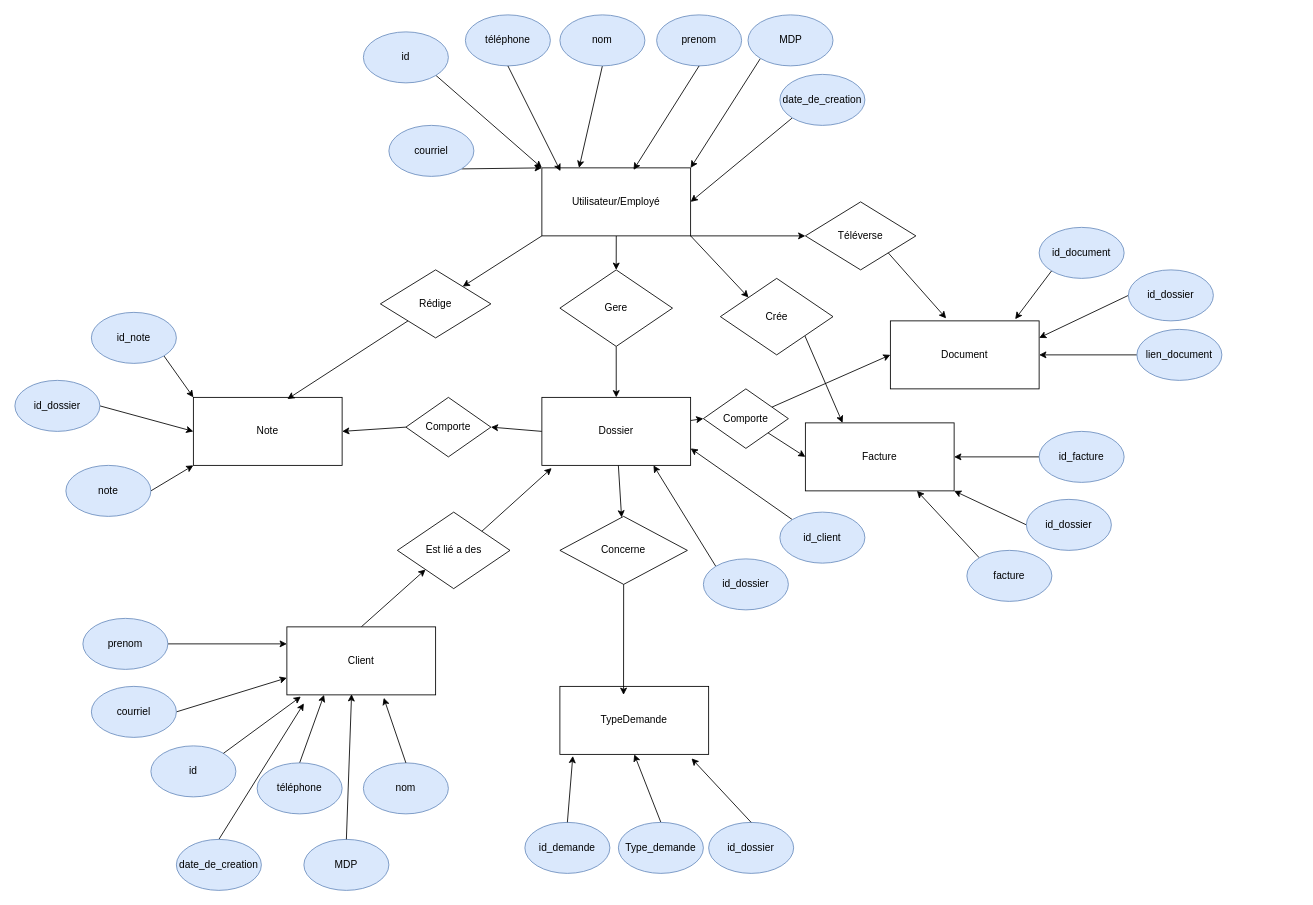
This is Analyse_et_Conception/diagramme_ER(relations).drawio from xpelletier07/Projet_Site_Immigration, a draw.io file, before an edit. Source tidied: cells renumbered, new cells numbered last; positions are measured from the earlier drawing's top-left corner, leaving out a move shared by most shapes. Both pictures are drawn from the tidied source at 85%, with x=0, y=0 at pixel (14, 14).
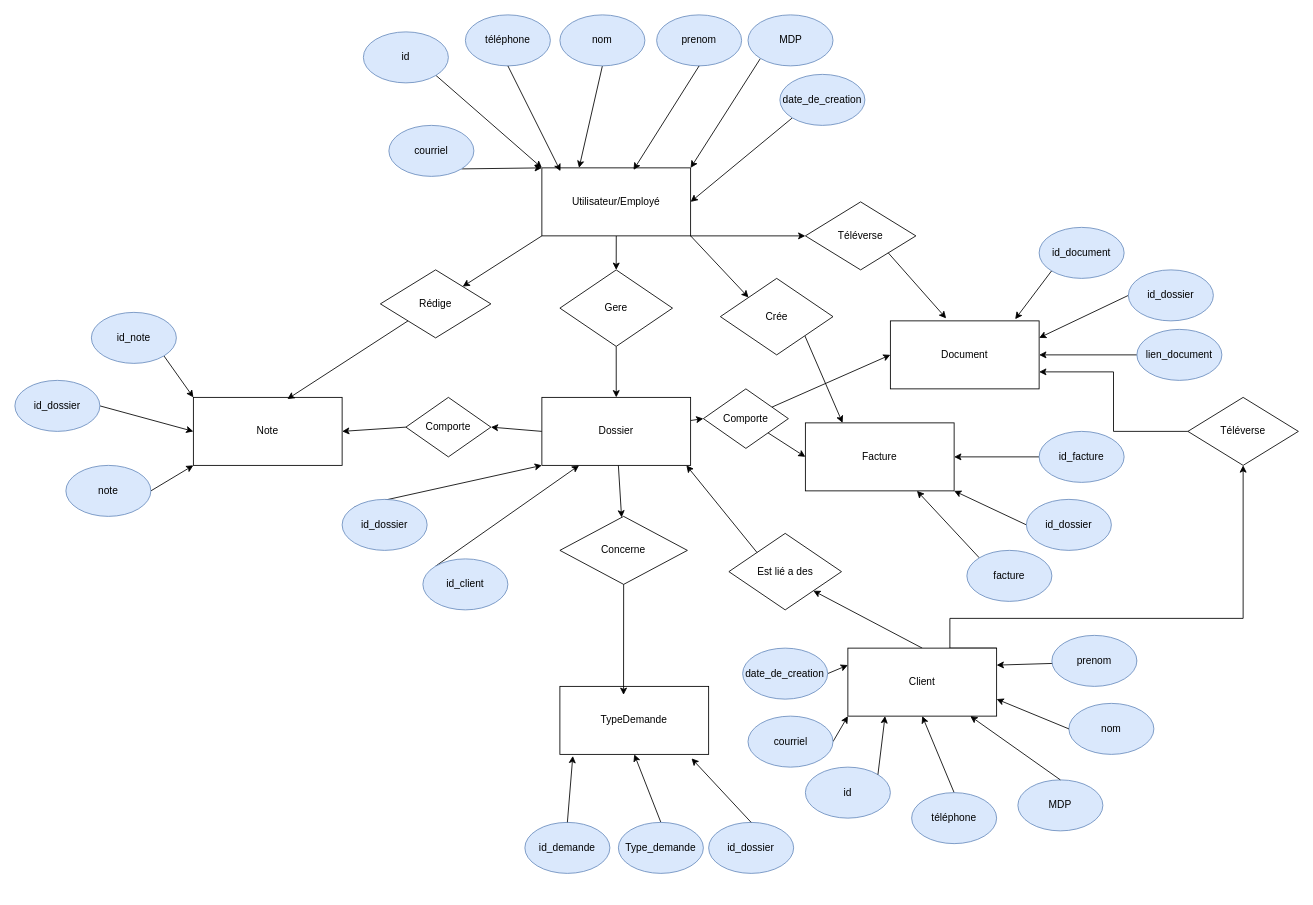
The same page after the edit.

Unchanged cells that the change refers to:
```xml
<mxCell id="5" value="Dossier" style="whiteSpace=wrap;html=1;" parent="1" vertex="1">
  <mxGeometry x="620" y="450" width="175" height="80" as="geometry" />
</mxCell>
<mxCell id="14" value="Document" style="whiteSpace=wrap;html=1;" parent="1" vertex="1">
  <mxGeometry x="1030" y="360" width="175" height="80" as="geometry" />
</mxCell>
```

What changed in the source:
```diff
@@
-    <mxCell id="11" style="edgeStyle=none;html=1;exitX=0.5;exitY=0;exitDx=0;exitDy=0;entryX=0;entryY=1;entryDx=0;entryDy=0;" parent="1" edge="1" source="12" target="26">
+    <mxCell id="11" style="edgeStyle=none;html=1;exitX=0.5;exitY=0;exitDx=0;exitDy=0;entryX=1;entryY=1;entryDx=0;entryDy=0;" parent="1" edge="1" source="12" target="26">
       <mxGeometry relative="1" as="geometry" />
     </mxCell>
+    <mxCell id="90" style="edgeStyle=orthogonalEdgeStyle;rounded=0;jettySize=auto;html=1;exitX=1;exitY=0;exitDx=0;exitDy=0;entryX=0.5;entryY=1;entryDx=0;entryDy=0;" parent="1" edge="1" source="12" target="92">
+      <mxGeometry relative="1" as="geometry">
+        <Array as="points">
+          <mxPoint x="1100" y="745" />
+          <mxPoint x="1100" y="710" />
+          <mxPoint x="1445" y="710" />
+        </Array>
+      </mxGeometry>
+    </mxCell>
     <mxCell id="12" value="Client" style="whiteSpace=wrap;html=1;" parent="1" vertex="1">
-      <mxGeometry x="320" y="720" width="175" height="80" as="geometry" />
+      <mxGeometry x="980" y="745" width="175" height="80" as="geometry" />
     </mxCell>
@@
     <mxCell id="26" value="Est lié a des" style="rhombus;whiteSpace=wrap;html=1;" parent="1" vertex="1">
-      <mxGeometry x="450" y="585" width="132.5" height="90" as="geometry" />
+      <mxGeometry x="840" y="610" width="132.5" height="90" as="geometry" />
     </mxCell>
-    <mxCell id="27" style="edgeStyle=none;html=1;exitX=1;exitY=0;exitDx=0;exitDy=0;entryX=0.066;entryY=1.04;entryDx=0;entryDy=0;entryPerimeter=0;" parent="1" edge="1" source="26" target="5">
-      <mxGeometry relative="1" as="geometry" />
+    <mxCell id="27" style="edgeStyle=none;html=1;exitX=0;exitY=0;exitDx=0;exitDy=0;" parent="1" edge="1" source="26">
+      <mxGeometry relative="1" as="geometry">
+        <mxPoint x="790" y="530" as="targetPoint" />
+      </mxGeometry>
     </mxCell>
@@
-    <mxCell id="45" style="edgeStyle=none;html=1;exitX=1;exitY=0.5;exitDx=0;exitDy=0;entryX=0;entryY=0.75;entryDx=0;entryDy=0;" parent="1" edge="1" source="46" target="12">
+    <mxCell id="45" style="edgeStyle=none;html=1;exitX=1;exitY=0.5;exitDx=0;exitDy=0;entryX=0;entryY=1;entryDx=0;entryDy=0;" parent="1" edge="1" source="46" target="12">
       <mxGeometry relative="1" as="geometry" />
     </mxCell>
     <mxCell id="46" value="courriel" style="ellipse;whiteSpace=wrap;html=1;fillColor=#dae8fc;strokeColor=#6c8ebf;" parent="1" vertex="1">
-      <mxGeometry x="90" y="790" width="100" height="60" as="geometry" />
+      <mxGeometry x="862.5" y="825" width="100" height="60" as="geometry" />
     </mxCell>
     <mxCell id="47" value="id" style="ellipse;whiteSpace=wrap;html=1;fillColor=#dae8fc;strokeColor=#6c8ebf;" parent="1" vertex="1">
-      <mxGeometry x="160" y="860" width="100" height="60" as="geometry" />
+      <mxGeometry x="930" y="885" width="100" height="60" as="geometry" />
     </mxCell>
-    <mxCell id="48" style="edgeStyle=none;html=1;exitX=0.5;exitY=0;exitDx=0;exitDy=0;entryX=0.25;entryY=1;entryDx=0;entryDy=0;" parent="1" edge="1" source="49" target="12">
+    <mxCell id="48" style="edgeStyle=none;html=1;exitX=0.5;exitY=0;exitDx=0;exitDy=0;entryX=0.5;entryY=1;entryDx=0;entryDy=0;" parent="1" edge="1" source="49" target="12">
       <mxGeometry relative="1" as="geometry" />
     </mxCell>
     <mxCell id="49" value="téléphone" style="ellipse;whiteSpace=wrap;html=1;fillColor=#dae8fc;strokeColor=#6c8ebf;" parent="1" vertex="1">
-      <mxGeometry x="285" y="880" width="100" height="60" as="geometry" />
+      <mxGeometry x="1055" y="915" width="100" height="60" as="geometry" />
     </mxCell>
     <mxCell id="50" value="nom" style="ellipse;whiteSpace=wrap;html=1;fillColor=#dae8fc;strokeColor=#6c8ebf;" parent="1" vertex="1">
-      <mxGeometry x="410" y="880" width="100" height="60" as="geometry" />
+      <mxGeometry x="1240" y="810" width="100" height="60" as="geometry" />
     </mxCell>
-    <mxCell id="51" style="edgeStyle=none;html=1;exitX=1;exitY=0.5;exitDx=0;exitDy=0;entryX=0;entryY=0.25;entryDx=0;entryDy=0;" parent="1" edge="1" source="52" target="12">
+    <mxCell id="51" style="edgeStyle=none;html=1;exitX=1;exitY=0.5;exitDx=0;exitDy=0;entryX=1;entryY=0.25;entryDx=0;entryDy=0;" parent="1" edge="1" source="52" target="12">
       <mxGeometry relative="1" as="geometry" />
     </mxCell>
     <mxCell id="52" value="prenom" style="ellipse;whiteSpace=wrap;html=1;fillColor=#dae8fc;strokeColor=#6c8ebf;" parent="1" vertex="1">
-      <mxGeometry x="80" y="710" width="100" height="60" as="geometry" />
+      <mxGeometry x="1220" y="730" width="100" height="60" as="geometry" />
     </mxCell>
     <mxCell id="53" value="MDP" style="ellipse;whiteSpace=wrap;html=1;fillColor=#dae8fc;strokeColor=#6c8ebf;" parent="1" vertex="1">
-      <mxGeometry x="340" y="970" width="100" height="60" as="geometry" />
+      <mxGeometry x="1180" y="900" width="100" height="60" as="geometry" />
     </mxCell>
-    <mxCell id="54" style="edgeStyle=none;html=1;exitX=0.5;exitY=0;exitDx=0;exitDy=0;" parent="1" edge="1" source="55">
-      <mxGeometry relative="1" as="geometry">
-        <mxPoint x="340" y="810" as="targetPoint" />
-      </mxGeometry>
+    <mxCell id="54" style="edgeStyle=none;html=1;exitX=1;exitY=0.5;exitDx=0;exitDy=0;entryX=0;entryY=0.25;entryDx=0;entryDy=0;" parent="1" edge="1" source="55" target="12">
+      <mxGeometry relative="1" as="geometry" />
     </mxCell>
     <mxCell id="55" value="date_de_creation" style="ellipse;whiteSpace=wrap;html=1;fillColor=#dae8fc;strokeColor=#6c8ebf;" parent="1" vertex="1">
-      <mxGeometry x="190" y="970" width="100" height="60" as="geometry" />
+      <mxGeometry x="856.2" y="745" width="100" height="60" as="geometry" />
     </mxCell>
-    <mxCell id="56" style="edgeStyle=none;html=1;exitX=1;exitY=0;exitDx=0;exitDy=0;entryX=0.094;entryY=1.025;entryDx=0;entryDy=0;entryPerimeter=0;" parent="1" edge="1" source="47" target="12">
+    <mxCell id="56" style="edgeStyle=none;html=1;exitX=1;exitY=0;exitDx=0;exitDy=0;entryX=0.25;entryY=1;entryDx=0;entryDy=0;" parent="1" edge="1" source="47" target="12">
       <mxGeometry relative="1" as="geometry" />
     </mxCell>
-    <mxCell id="57" style="edgeStyle=none;html=1;exitX=0.5;exitY=0;exitDx=0;exitDy=0;entryX=0.435;entryY=0.989;entryDx=0;entryDy=0;entryPerimeter=0;" parent="1" edge="1" source="53" target="12">
+    <mxCell id="57" style="edgeStyle=none;html=1;exitX=0.5;exitY=0;exitDx=0;exitDy=0;" parent="1" edge="1" source="53" target="12">
       <mxGeometry relative="1" as="geometry" />
     </mxCell>
-    <mxCell id="58" style="edgeStyle=none;html=1;exitX=0.5;exitY=0;exitDx=0;exitDy=0;entryX=0.651;entryY=1.043;entryDx=0;entryDy=0;entryPerimeter=0;" parent="1" edge="1" source="50" target="12">
+    <mxCell id="58" style="edgeStyle=none;html=1;exitX=0;exitY=0.5;exitDx=0;exitDy=0;entryX=1;entryY=0.75;entryDx=0;entryDy=0;" parent="1" edge="1" source="50" target="12">
       <mxGeometry relative="1" as="geometry" />
     </mxCell>
-    <mxCell id="59" style="edgeStyle=none;html=1;exitX=0;exitY=0;exitDx=0;exitDy=0;entryX=0.75;entryY=1;entryDx=0;entryDy=0;" parent="1" edge="1" source="60" target="5">
+    <mxCell id="59" style="edgeStyle=none;html=1;exitX=0;exitY=0;exitDx=0;exitDy=0;entryX=0;entryY=1;entryDx=0;entryDy=0;" parent="1" edge="1" source="60" target="5">
       <mxGeometry relative="1" as="geometry" />
     </mxCell>
     <mxCell id="60" value="id_dossier" style="ellipse;whiteSpace=wrap;html=1;fillColor=#dae8fc;strokeColor=#6c8ebf;" parent="1" vertex="1">
-      <mxGeometry x="810" y="640" width="100" height="60" as="geometry" />
+      <mxGeometry x="385" y="570" width="100" height="60" as="geometry" />
     </mxCell>
-    <mxCell id="61" style="edgeStyle=none;html=1;exitX=0;exitY=0;exitDx=0;exitDy=0;entryX=1;entryY=0.75;entryDx=0;entryDy=0;" parent="1" edge="1" source="62" target="5">
+    <mxCell id="61" style="edgeStyle=none;html=1;exitX=0;exitY=0;exitDx=0;exitDy=0;entryX=0.25;entryY=1;entryDx=0;entryDy=0;" parent="1" edge="1" source="62" target="5">
       <mxGeometry relative="1" as="geometry" />
     </mxCell>
     <mxCell id="62" value="id_client" style="ellipse;whiteSpace=wrap;html=1;fillColor=#dae8fc;strokeColor=#6c8ebf;" parent="1" vertex="1">
-      <mxGeometry x="900" y="585" width="100" height="60" as="geometry" />
+      <mxGeometry x="480" y="640" width="100" height="60" as="geometry" />
     </mxCell>
@@
+    <mxCell id="91" style="edgeStyle=orthogonalEdgeStyle;rounded=0;jettySize=auto;html=1;entryX=1;entryY=0.75;entryDx=0;entryDy=0;" parent="1" edge="1" source="92" target="14">
+      <mxGeometry relative="1" as="geometry" />
+    </mxCell>
+    <mxCell id="92" value="Téléverse" style="rhombus;whiteSpace=wrap;html=1;" parent="1" vertex="1">
+      <mxGeometry x="1380" y="450" width="130" height="80" as="geometry" />
+    </mxCell>
```
